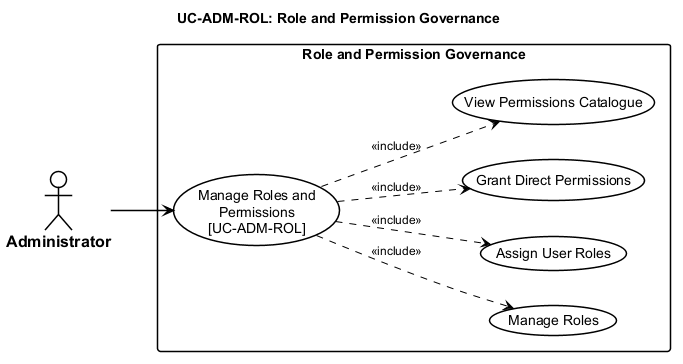
The PlantUML diagram thesis/figures/chapters/part2/ch2-design/02-use-cases/diagrams/P2S2.2.2_usecase-role-permission.png in qingfa-dev/ReSys.Shop, before a commit.
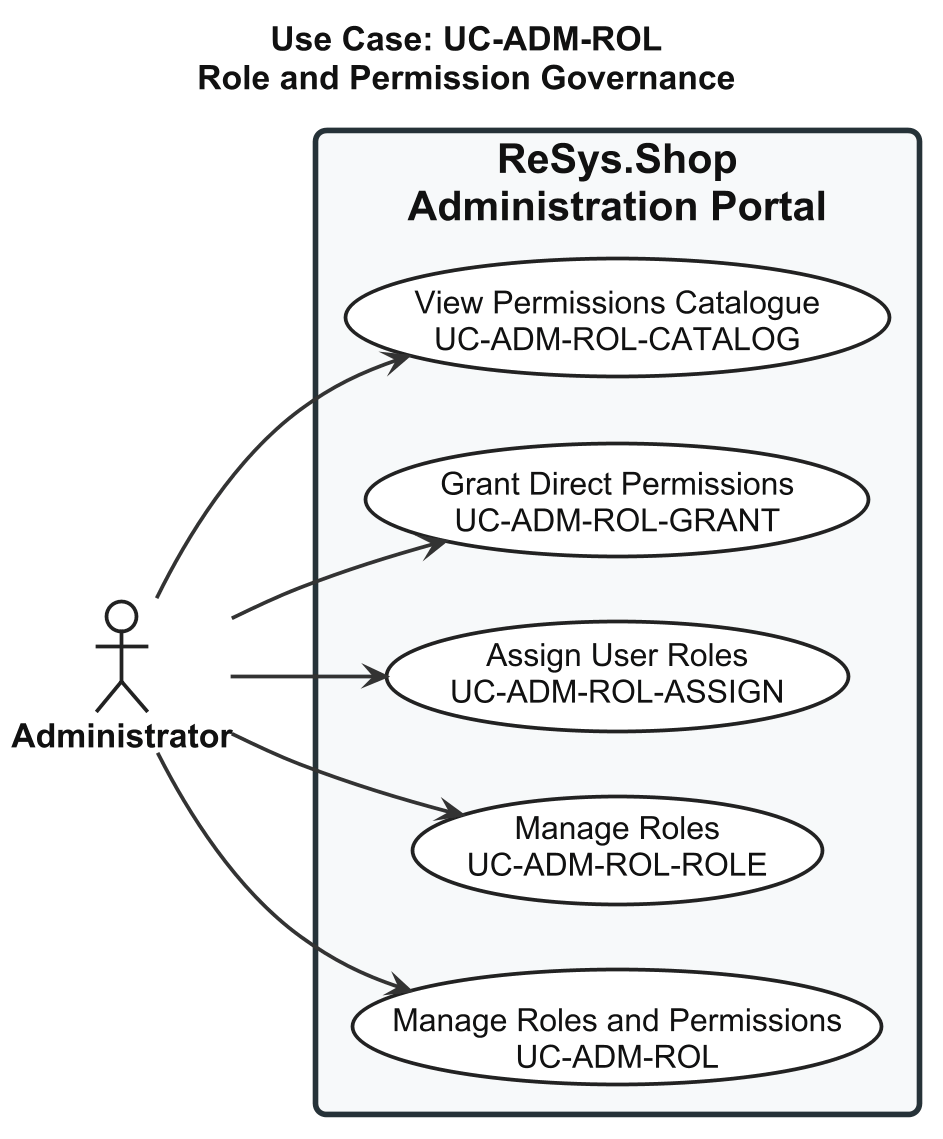
The same diagram one commit later.

Diff of the diagram source:
```diff
@@ -1,55 +1,83 @@
 @startuml usecase-role-permission
+
 left to right direction
 
+skinparam shadowing false
+skinparam dpi 180
+
 <style>
-  root {
-    FontName "Arial"
-    FontSize 14
-    Shadowing 0
-  }
-  actor {
-    BackGroundColor #FFFFFF
-    LineColor #000000
-    LineThickness 1.5
-    FontColor #000000
-    FontStyle bold
-    FontSize 16
-  }
-  usecase {
-    BackGroundColor #FFFFFF
-    LineColor #000000
-    LineThickness 1.5
-    FontColor #000000
-  }
-  rectangle {
-    BackGroundColor #FFFFFF
-    LineColor #000000
-    LineThickness 1.5
-    FontStyle bold
-  }
-  arrow {
-    LineColor #000000
-    LineThickness 1.5
-    FontSize 12
-  }
+
+root {
+  FontName "Arial"
+  FontSize 18
+  FontColor #111111
+}
+
+actor {
+  FontName "Arial"
+  FontSize 18
+  FontStyle bold
+  FontColor #111111
+  BackgroundColor #FFFFFF
+  LineColor #222222
+  LineThickness 2
+}
+
+usecase {
+  FontName "Arial"
+  FontSize 17
+  FontColor #111111
+  FontStyle plain
+  BackgroundColor #FFFFFF
+  LineColor #222222
+  LineThickness 2
+  Padding 18
+}
+
+rectangle {
+  FontName "Arial"
+  FontSize 22
+  FontStyle bold
+  FontColor #111111
+  BackgroundColor #F7F9FA
+  LineColor #263238
+  LineThickness 3
+  RoundCorner 12
+  Padding 30
+}
+
+arrow {
+  FontName "Arial"
+  FontSize 15
+  FontColor #111111
+  LineColor #333333
+  LineThickness 2
+}
+
 </style>
-title UC-ADM-ROL: Role and Permission Governance
+
+title Use Case: UC-ADM-ROL\nRole and Permission Governance
 
 actor "Administrator" as Admin
 
-rectangle "Role and Permission Governance" {
-  usecase "Manage Roles and\nPermissions\n[UC-ADM-ROL]" as UC_MAIN
-  usecase "Manage Roles" as UC_SUB_1
-  usecase "Assign User Roles" as UC_SUB_2
-  usecase "Grant Direct Permissions" as UC_SUB_3
-  usecase "View Permissions Catalogue" as UC_SUB_4
+rectangle "ReSys.Shop\nAdministration Portal" {
 
-  UC_MAIN ..> UC_SUB_1 : <<include>>
-  UC_MAIN ..> UC_SUB_2 : <<include>>
-  UC_MAIN ..> UC_SUB_3 : <<include>>
-  UC_MAIN ..> UC_SUB_4 : <<include>>
+  usecase "Manage Roles and Permissions\nUC-ADM-ROL" as UC_MAIN
+
+  usecase "Manage Roles\nUC-ADM-ROL-ROLE" as UC_ROLES
+
+  usecase "Assign User Roles\nUC-ADM-ROL-ASSIGN" as UC_ASSIGN
+
+  usecase "Grant Direct Permissions\nUC-ADM-ROL-GRANT" as UC_GRANT
+
+  usecase "View Permissions Catalogue\nUC-ADM-ROL-CATALOG" as UC_CATALOG
+
 }
 
 Admin --> UC_MAIN
+Admin --> UC_ROLES
+Admin --> UC_ASSIGN
+Admin --> UC_GRANT
+Admin --> UC_CATALOG
 
 @enduml
```
